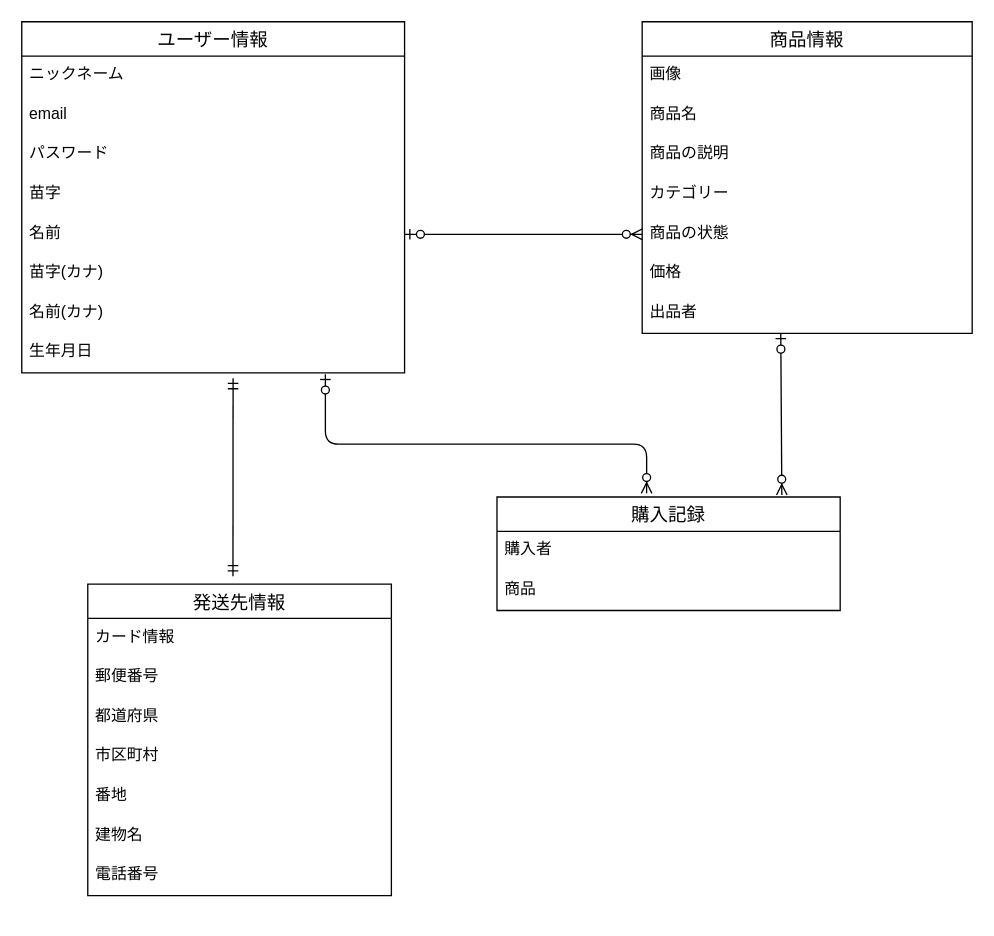
Above: test.dio in yuyadesu/furima-38092 (draw.io), before the change. Source tidied: cells renumbered, new cells numbered last; positions are measured from the earlier drawing's top-left corner, leaving out a move shared by most shapes. Both pictures are drawn from the tidied source at 132%, with x=0, y=0 at pixel (21, 21).
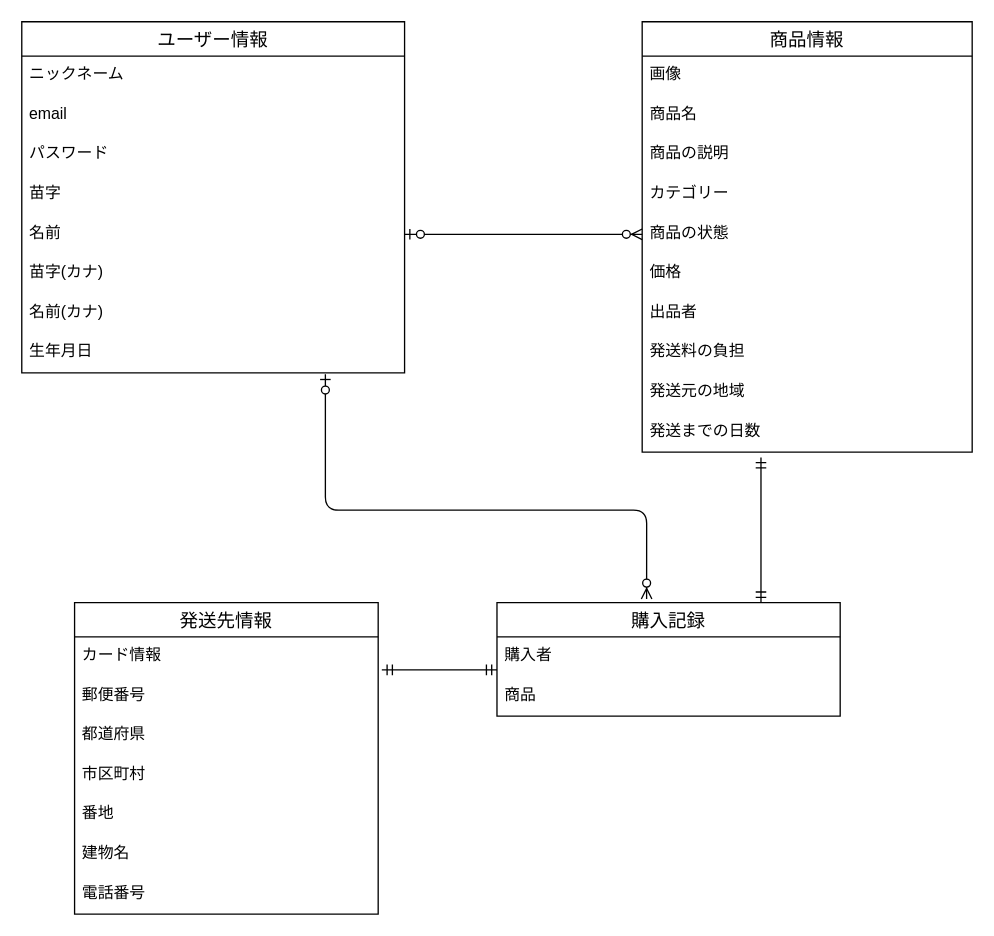
The same page after the edit.

Commit message (it also covers changes not shown here):
テーブル設計3

The change refers to these unchanged cells:
```xml
<mxCell id="10" value="生年月日" style="text;strokeColor=none;fillColor=none;spacingLeft=4;spacingRight=4;overflow=hidden;points=[[0,0.5],[1,0.5]];portConstraint=eastwest;fontSize=12;" parent="2" vertex="1">
  <mxGeometry y="236" width="290" height="30" as="geometry" />
</mxCell>
<mxCell id="23" value="カード情報" style="text;strokeColor=none;fillColor=none;spacingLeft=4;spacingRight=4;overflow=hidden;points=[[0,0.5],[1,0.5]];portConstraint=eastwest;fontSize=12;" parent="22" vertex="1">
  <mxGeometry y="26" width="230" height="30" as="geometry" />
</mxCell>
```

Diff of the diagram source:
```diff
@@
     <mxCell id="11" value="商品情報" style="swimlane;fontStyle=0;horizontal=1;startSize=26;align=center;fontSize=14;" parent="1" vertex="1">
-      <mxGeometry x="470" width="250" height="236" as="geometry" />
+      <mxGeometry x="470" width="250" height="326" as="geometry" />
     </mxCell>
@@
+    <mxCell id="34" value="発送料の負担" style="text;strokeColor=none;fillColor=none;spacingLeft=4;spacingRight=4;overflow=hidden;fontSize=12;" parent="11" vertex="1">
+      <mxGeometry y="236" width="250" height="30" as="geometry" />
+    </mxCell>
+    <mxCell id="35" value="発送元の地域" style="text;strokeColor=none;fillColor=none;spacingLeft=4;spacingRight=4;overflow=hidden;fontSize=12;" parent="11" vertex="1">
+      <mxGeometry y="266" width="250" height="30" as="geometry" />
+    </mxCell>
+    <mxCell id="36" value="発送までの日数" style="text;strokeColor=none;fillColor=none;spacingLeft=4;spacingRight=4;overflow=hidden;fontSize=12;" parent="11" vertex="1">
+      <mxGeometry y="296" width="250" height="30" as="geometry" />
+    </mxCell>
     <mxCell id="19" value="購入記録" style="swimlane;fontStyle=0;horizontal=1;startSize=26;align=center;fontSize=14;" parent="1" vertex="1">
-      <mxGeometry x="360" y="360" width="260" height="86" as="geometry" />
+      <mxGeometry x="360" y="440" width="260" height="86" as="geometry" />
     </mxCell>
@@
     <mxCell id="22" value="発送先情報" style="swimlane;fontStyle=0;horizontal=1;startSize=26;align=center;fontSize=14;" parent="1" vertex="1">
-      <mxGeometry x="50" y="426" width="230" height="236" as="geometry" />
+      <mxGeometry x="40" y="440" width="230" height="236" as="geometry" />
     </mxCell>
@@
     <mxCell id="31" style="fontSize=12;html=1;endArrow=ERzeroToMany;startArrow=ERzeroToOne;entryX=0.436;entryY=-0.032;entryDx=0;entryDy=0;entryPerimeter=0;edgeStyle=orthogonalEdgeStyle;" parent="1" edge="1" target="19">
       <mxGeometry relative="1" as="geometry">
         <mxPoint x="230" y="267" as="sourcePoint" />
         <Array as="points">
-          <mxPoint x="230" y="320" />
-          <mxPoint x="473" y="320" />
+          <mxPoint x="230" y="370" />
+          <mxPoint x="473" y="370" />
         </Array>
       </mxGeometry>
     </mxCell>
-    <mxCell id="32" style="fontSize=12;html=1;endArrow=ERmandOne;startArrow=ERmandOne;exitX=0.552;exitY=1.133;exitDx=0;exitDy=0;exitPerimeter=0;" parent="1" edge="1" source="10">
-      <mxGeometry relative="1" as="geometry">
-        <mxPoint x="160" y="420" as="targetPoint" />
-      </mxGeometry>
-    </mxCell>
-    <mxCell id="33" style="fontSize=12;html=1;endArrow=ERzeroToMany;startArrow=ERzeroToOne;entryX=0.83;entryY=-0.017;entryDx=0;entryDy=0;entryPerimeter=0;" parent="1" edge="1" target="19">
-      <mxGeometry relative="1" as="geometry">
-        <mxPoint x="575" y="236" as="sourcePoint" />
-      </mxGeometry>
-    </mxCell>
+    <mxCell id="37" style="fontSize=12;html=1;endArrow=ERmandOne;startArrow=ERmandOne;" parent="1" edge="1">
+      <mxGeometry relative="1" as="geometry">
+        <mxPoint x="560" y="440" as="sourcePoint" />
+        <mxPoint x="560" y="330" as="targetPoint" />
+      </mxGeometry>
+    </mxCell>
+    <mxCell id="38" style="fontSize=12;html=1;endArrow=ERmandOne;startArrow=ERmandOne;exitX=1.012;exitY=0.833;exitDx=0;exitDy=0;exitPerimeter=0;" parent="1" edge="1" source="23">
+      <mxGeometry relative="1" as="geometry">
+        <mxPoint x="360" y="491" as="targetPoint" />
+      </mxGeometry>
+    </mxCell>
```
